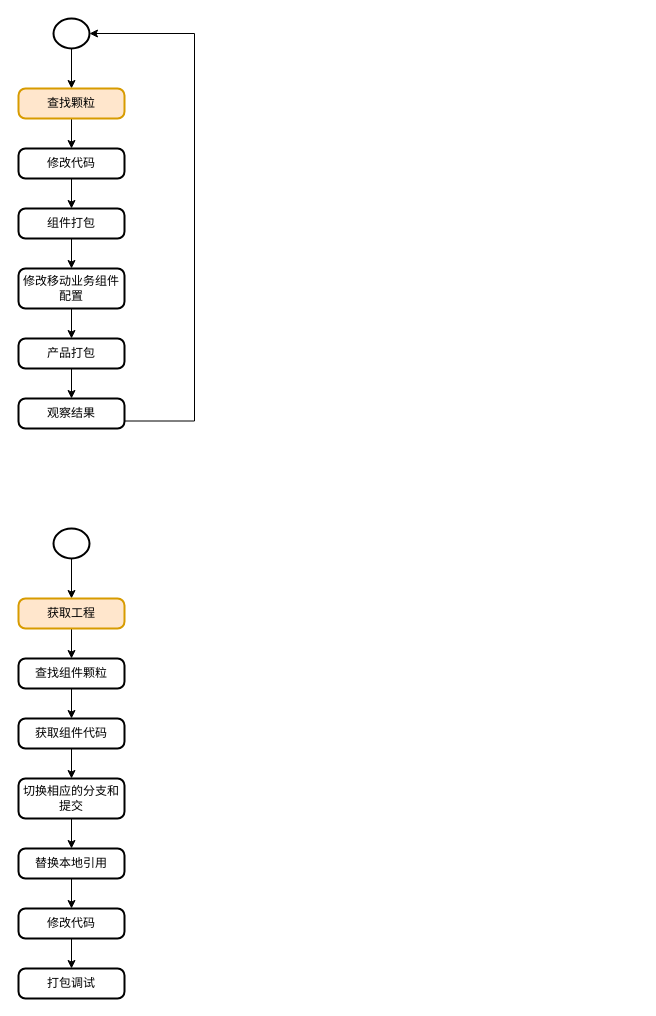
Earlier version of the draw.io diagram page "第 7 页" (7 of 9) of assembly-factory.drawio (kwhitestone/drawio). Source tidied: cells renumbered, new cells numbered last; positions are measured from the earlier drawing's top-left corner, leaving out a move shared by most shapes. Both pictures are drawn from the tidied source at 100%, with x=0, y=0 at pixel (18, 18).
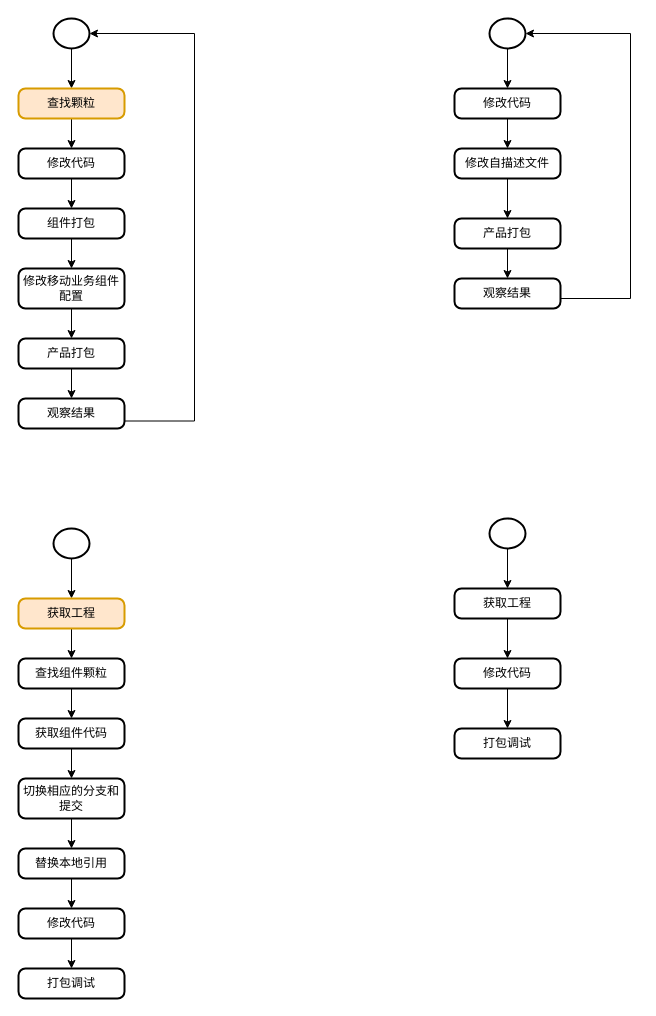
The same diagram, later.

Change to the diagram source:
```diff
@@
+    <mxCell id="31" style="edgeStyle=orthogonalEdgeStyle;rounded=0;jettySize=auto;html=1;" parent="1" edge="1" source="32" target="40">
+      <mxGeometry relative="1" as="geometry" />
+    </mxCell>
+    <mxCell id="32" style="strokeWidth=2;html=1;shape=mxgraph.flowchart.start_2;whiteSpace=wrap;" parent="1" vertex="1">
+      <mxGeometry x="471" width="36" height="30" as="geometry" />
+    </mxCell>
+    <mxCell id="33" style="edgeStyle=orthogonalEdgeStyle;rounded=0;jettySize=auto;html=1;entryX=0.5;entryY=0;entryDx=0;entryDy=0;" parent="1" edge="1" source="34" target="36">
+      <mxGeometry relative="1" as="geometry" />
+    </mxCell>
+    <mxCell id="34" value="修改自描述文件" style="rounded=1;whiteSpace=wrap;html=1;absoluteArcSize=1;arcSize=14;strokeWidth=2;" parent="1" vertex="1">
+      <mxGeometry x="436" y="130" width="106" height="30" as="geometry" />
+    </mxCell>
+    <mxCell id="35" style="edgeStyle=orthogonalEdgeStyle;rounded=0;jettySize=auto;html=1;entryX=0.5;entryY=0;entryDx=0;entryDy=0;" parent="1" edge="1" source="36" target="38">
+      <mxGeometry relative="1" as="geometry" />
+    </mxCell>
+    <mxCell id="36" value="产品打包" style="rounded=1;whiteSpace=wrap;html=1;absoluteArcSize=1;arcSize=14;strokeWidth=2;" parent="1" vertex="1">
+      <mxGeometry x="436" y="200" width="106" height="30" as="geometry" />
+    </mxCell>
+    <mxCell id="37" style="edgeStyle=orthogonalEdgeStyle;rounded=0;jettySize=auto;html=1;entryX=1;entryY=0.5;entryDx=0;entryDy=0;entryPerimeter=0;exitX=1;exitY=0.75;exitDx=0;exitDy=0;" parent="1" edge="1" source="38" target="32">
+      <mxGeometry relative="1" as="geometry">
+        <Array as="points">
+          <mxPoint x="542" y="280" />
+          <mxPoint x="612" y="280" />
+          <mxPoint x="612" y="15" />
+        </Array>
+      </mxGeometry>
+    </mxCell>
+    <mxCell id="38" value="观察结果" style="rounded=1;whiteSpace=wrap;html=1;absoluteArcSize=1;arcSize=14;strokeWidth=2;" parent="1" vertex="1">
+      <mxGeometry x="436" y="260" width="106" height="30" as="geometry" />
+    </mxCell>
+    <mxCell id="39" style="edgeStyle=orthogonalEdgeStyle;rounded=0;jettySize=auto;html=1;entryX=0.5;entryY=0;entryDx=0;entryDy=0;" parent="1" edge="1" source="40" target="34">
+      <mxGeometry relative="1" as="geometry" />
+    </mxCell>
+    <mxCell id="40" value="修改代码" style="rounded=1;whiteSpace=wrap;html=1;absoluteArcSize=1;arcSize=14;strokeWidth=2;" parent="1" vertex="1">
+      <mxGeometry x="436" y="70" width="106" height="30" as="geometry" />
+    </mxCell>
+    <mxCell id="41" style="edgeStyle=orthogonalEdgeStyle;rounded=0;jettySize=auto;html=1;" parent="1" edge="1" source="42" target="46">
+      <mxGeometry relative="1" as="geometry" />
+    </mxCell>
+    <mxCell id="42" style="strokeWidth=2;html=1;shape=mxgraph.flowchart.start_2;whiteSpace=wrap;" parent="1" vertex="1">
+      <mxGeometry x="471" y="500" width="36" height="30" as="geometry" />
+    </mxCell>
+    <mxCell id="43" style="edgeStyle=orthogonalEdgeStyle;rounded=0;jettySize=auto;html=1;" parent="1" edge="1" source="44" target="47">
+      <mxGeometry relative="1" as="geometry" />
+    </mxCell>
+    <mxCell id="44" value="修改代码" style="rounded=1;whiteSpace=wrap;html=1;absoluteArcSize=1;arcSize=14;strokeWidth=2;" parent="1" vertex="1">
+      <mxGeometry x="436" y="640" width="106" height="30" as="geometry" />
+    </mxCell>
+    <mxCell id="45" style="edgeStyle=orthogonalEdgeStyle;rounded=0;jettySize=auto;html=1;entryX=0.5;entryY=0;entryDx=0;entryDy=0;" parent="1" edge="1" source="46" target="44">
+      <mxGeometry relative="1" as="geometry" />
+    </mxCell>
+    <mxCell id="46" value="获取工程" style="rounded=1;whiteSpace=wrap;html=1;absoluteArcSize=1;arcSize=14;strokeWidth=2;" parent="1" vertex="1">
+      <mxGeometry x="436" y="570" width="106" height="30" as="geometry" />
+    </mxCell>
+    <mxCell id="47" value="打包调试" style="rounded=1;whiteSpace=wrap;html=1;absoluteArcSize=1;arcSize=14;strokeWidth=2;" parent="1" vertex="1">
+      <mxGeometry x="436" y="710" width="106" height="30" as="geometry" />
+    </mxCell>
```
